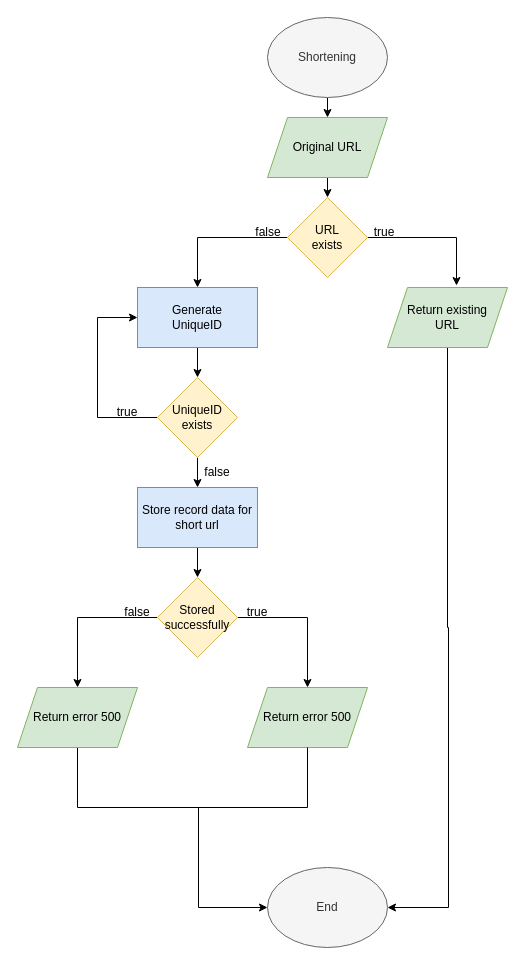
The draw.io diagram page "Shortening" (1 of 2) of assets/images/Fluxograma URL Shortener.drawio in torjc01/shortnsweet, before the edit. Source tidied: cells renumbered, new cells numbered last; positions are measured from the earlier drawing's top-left corner, leaving out a move shared by most shapes. Both pictures are drawn from the tidied source at 100%, with x=0, y=0 at pixel (17, 17).
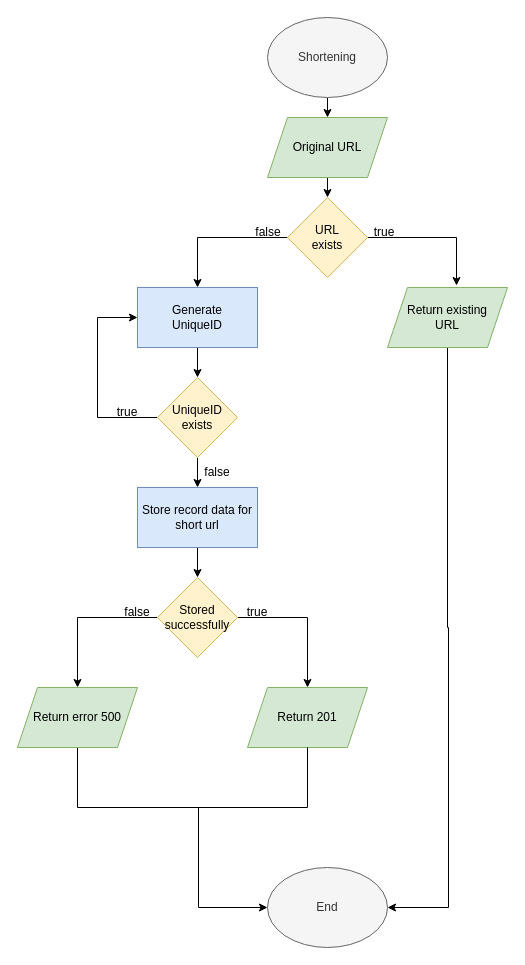
The same diagram, later.

Commit message (it also covers changes not shown here):
[func] adiciona diagramas de funcionamento

What changed in the source:
```diff
@@
-    <mxCell id="22" value="Return error 500" style="shape=parallelogram;perimeter=parallelogramPerimeter;whiteSpace=wrap;html=1;fixedSize=1;fillColor=#d5e8d4;strokeColor=#82b366;" parent="1" vertex="1">
+    <mxCell id="22" value="Return 201" style="shape=parallelogram;perimeter=parallelogramPerimeter;whiteSpace=wrap;html=1;fixedSize=1;fillColor=#d5e8d4;strokeColor=#82b366;" parent="1" vertex="1">
       <mxGeometry x="230" y="670" width="120" height="60" as="geometry" />
     </mxCell>
```
